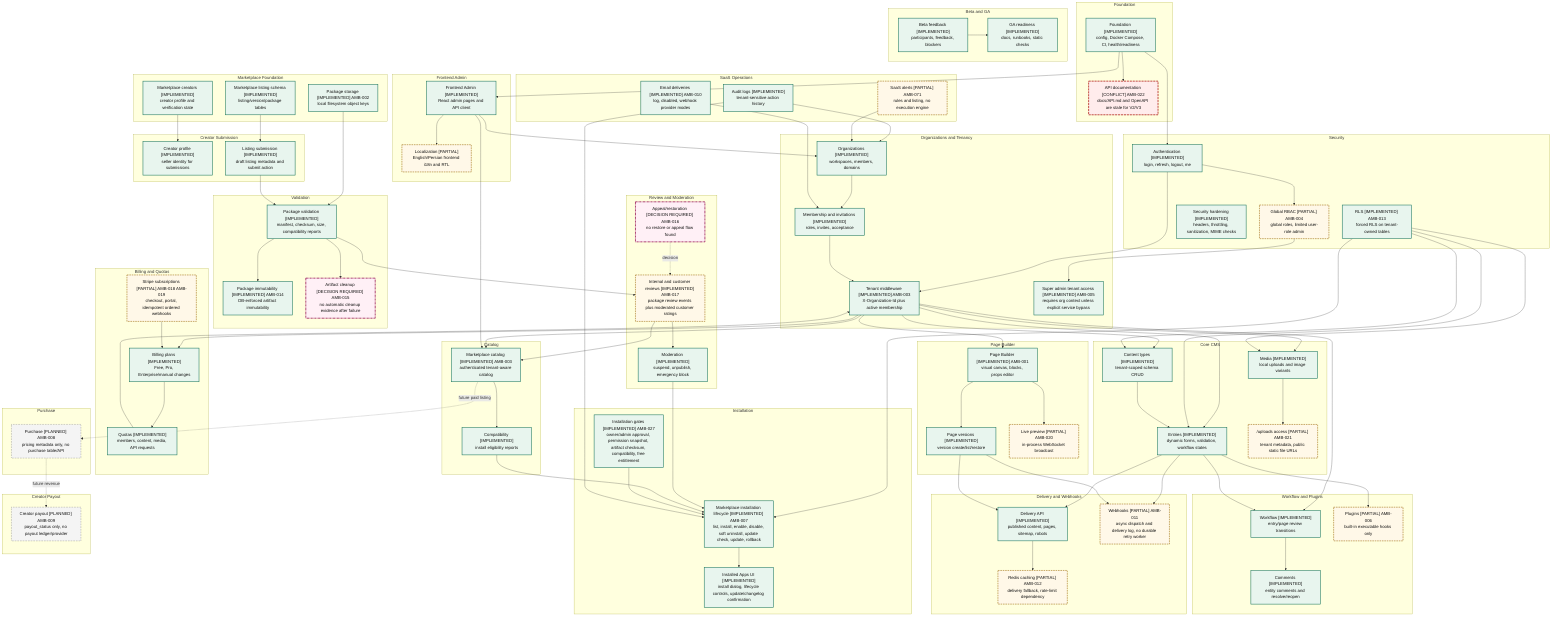
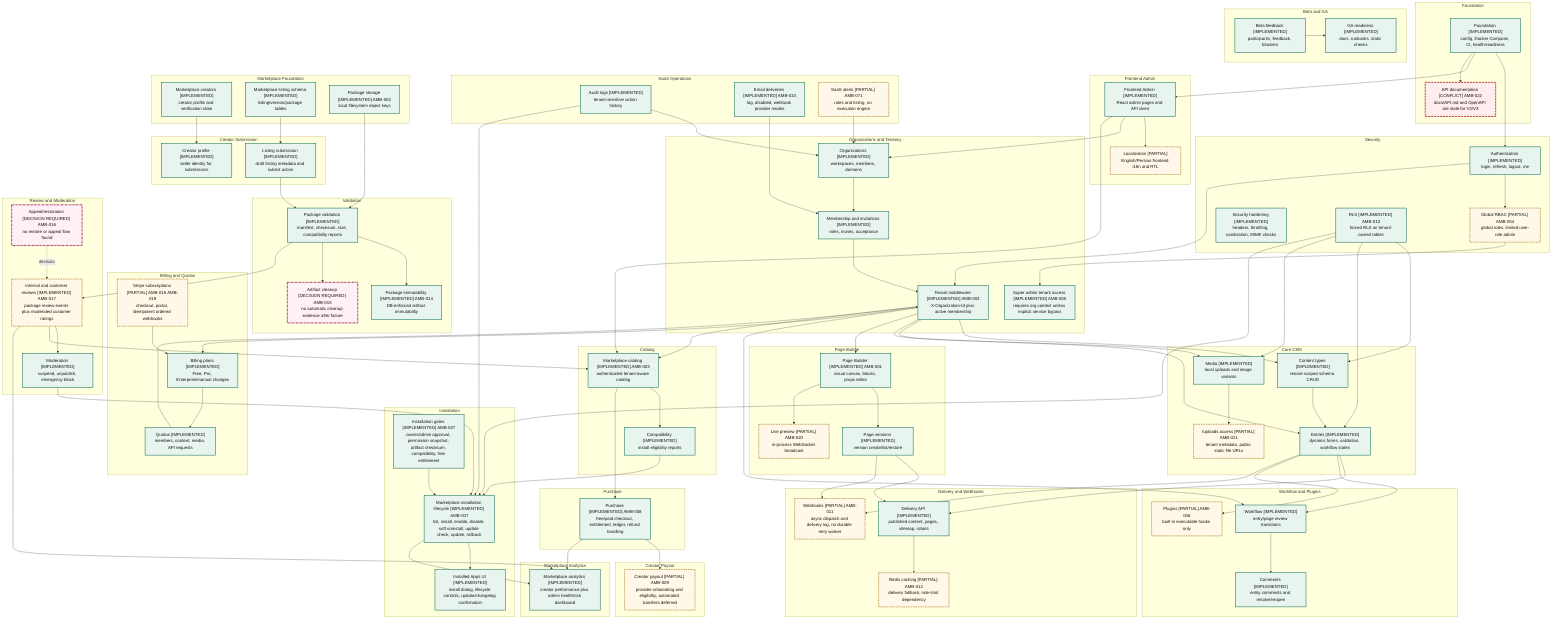
%% Evidence: docs/diagrams/REPOSITORY_INVENTORY.md
%% Evidence: docs/diagrams/ARCHITECTURE_AUDIT.md
%% Evidence: docs/diagrams/AMBIGUITIES.md
flowchart TD
  subgraph foundation_group["Foundation"]
    foundation["Foundation [IMPLEMENTED]<br/>config, Docker Compose, CI, health/readiness"]
    api_docs["API documentation [CONFLICT] AMB-022<br/>docs/API.md and OpenAPI are stale for V2/V3"]
  end

  subgraph core_cms_group["Core CMS"]
    content_types["Content types [IMPLEMENTED]<br/>tenant-scoped schema CRUD"]
    entries["Entries [IMPLEMENTED]<br/>dynamic forms, validation, workflow states"]
    media["Media [IMPLEMENTED]<br/>local uploads and image variants"]
    uploads_access["/uploads access [PARTIAL] AMB-021<br/>tenant metadata, public static file URLs"]
  end

  subgraph page_builder_group["Page Builder"]
    page_builder["Page Builder [IMPLEMENTED] AMB-001<br/>visual canvas, blocks, props editor"]
    page_versions["Page versions [IMPLEMENTED]<br/>version create/list/restore"]
    live_preview["Live preview [PARTIAL] AMB-020<br/>in-process WebSocket broadcast"]
  end

  subgraph delivery_webhooks_group["Delivery and Webhooks"]
    delivery_api["Delivery API [IMPLEMENTED]<br/>published content, pages, sitemap, robots"]
    redis_cache["Redis caching [PARTIAL] AMB-012<br/>delivery fallback, rate-limit dependency"]
    webhooks["Webhooks [PARTIAL] AMB-011<br/>async dispatch and delivery log, no durable retry worker"]
  end

  subgraph workflow_plugins_group["Workflow and Plugins"]
    workflow["Workflow [IMPLEMENTED]<br/>entry/page review transitions"]
    comments["Comments [IMPLEMENTED]<br/>entity comments and resolve/reopen"]
    plugins["Plugins [PARTIAL] AMB-006<br/>built-in executable hooks only"]
  end

  subgraph security_group["Security"]
    auth["Authentication [IMPLEMENTED]<br/>login, refresh, logout, me"]
    global_rbac["Global RBAC [PARTIAL] AMB-004<br/>global roles, limited user-role admin"]
    security_hardening["Security hardening [IMPLEMENTED]<br/>headers, throttling, sanitization, MIME checks"]
    rls["RLS [IMPLEMENTED] AMB-013<br/>forced RLS on tenant-owned tables"]
  end

  subgraph frontend_group["Frontend Admin"]
    frontend_admin["Frontend Admin [IMPLEMENTED]<br/>React admin pages and API client"]
    localization["Localization [PARTIAL]<br/>English/Persian frontend i18n and RTL"]
  end

  subgraph tenancy_group["Organizations and Tenancy"]
    organizations["Organizations [IMPLEMENTED]<br/>workspaces, members, domains"]
    memberships["Membership and invitations [IMPLEMENTED]<br/>roles, invites, acceptance"]
    tenant_middleware["Tenant middleware [IMPLEMENTED] AMB-003<br/>X-Organization-Id plus active membership"]
    super_admin["Super admin tenant access [IMPLEMENTED] AMB-005<br/>requires org context unless explicit service bypass"]
  end

  subgraph billing_group["Billing and Quotas"]
    billing_plans["Billing plans [IMPLEMENTED]<br/>Free, Pro, Enterprise/manual changes"]
    stripe_subscriptions["Stripe subscriptions [PARTIAL] AMB-018 AMB-019<br/>checkout, portal, idempotent ordered webhooks"]
    quotas["Quotas [IMPLEMENTED]<br/>members, content, media, API requests"]
  end

  subgraph saas_ops_group["SaaS Operations"]
    audit_logs["Audit logs [IMPLEMENTED]<br/>tenant-sensitive action history"]
    email_deliveries["Email deliveries [IMPLEMENTED] AMB-010<br/>log, disabled, webhook provider modes"]
    saas_alerts["SaaS alerts [PARTIAL] AMB-071<br/>rules and listing, no execution engine"]
  end

  subgraph beta_ga_group["Beta and GA"]
    beta_feedback["Beta feedback [IMPLEMENTED]<br/>participants, feedback, blockers"]
    ga_readiness["GA readiness [IMPLEMENTED]<br/>docs, runbooks, static checks"]
  end

  subgraph marketplace_foundation_group["Marketplace Foundation"]
    marketplace_creators["Marketplace creators [IMPLEMENTED]<br/>creator profile and verification state"]
    marketplace_listing_schema["Marketplace listing schema [IMPLEMENTED]<br/>listing/version/package tables"]
    marketplace_storage["Package storage [IMPLEMENTED] AMB-002<br/>local filesystem object keys"]
  end

  subgraph creator_submission_group["Creator Submission"]
    creator_profile["Creator profile [IMPLEMENTED]<br/>seller identity for submissions"]
    listing_submission["Listing submission [IMPLEMENTED]<br/>draft listing metadata and submit action"]
  end

  subgraph validation_group["Validation"]
    package_validation["Package validation [IMPLEMENTED]<br/>manifest, checksum, size, compatibility reports"]
    package_immutability["Package immutability [IMPLEMENTED] AMB-014<br/>DB-enforced artifact immutability"]
    artifact_cleanup["Artifact cleanup [DECISION REQUIRED] AMB-015<br/>no automatic cleanup evidence after failure"]
  end

  subgraph review_group["Review and Moderation"]
    internal_review["Internal and customer reviews [IMPLEMENTED] AMB-017<br/>package review events plus moderated customer ratings"]
    moderation["Moderation [IMPLEMENTED]<br/>suspend, unpublish, emergency block"]
    review_restoration["Appeal/restoration [DECISION REQUIRED] AMB-016<br/>no restore or appeal flow found"]
  end

  subgraph catalog_group["Catalog"]
    catalog["Marketplace catalog [IMPLEMENTED] AMB-003<br/>authenticated tenant-aware catalog"]
    compatibility["Compatibility [IMPLEMENTED]<br/>install eligibility reports"]
  end

  subgraph installation_group["Installation"]
    installation["Marketplace installation lifecycle [IMPLEMENTED] AMB-007<br/>list, install, enable, disable, soft uninstall, update check, update, rollback"]
    installation_gates["Installation gates [IMPLEMENTED] AMB-027<br/>owner/admin approval, permission snapshot, artifact checksum, compatibility, free entitlement"]
    installation_ui["Installed Apps UI [IMPLEMENTED]<br/>install dialog, lifecycle controls, update/changelog confirmation"]
  end

  subgraph purchase_group["Purchase"]
-     purchase["Purchase [PLANNED] AMB-008<br/>pricing metadata only, no purchase table/API"]
+     purchase["Purchase [IMPLEMENTED] AMB-008<br/>free/paid checkout, entitlement, ledger, refund handling"]
  end

  subgraph payout_group["Creator Payout"]
-     payout["Creator payout [PLANNED] AMB-009<br/>payout_status only, no payout ledger/provider"]
+     payout["Creator payout [PARTIAL] AMB-009<br/>provider onboarding and eligibility; automated transfers deferred"]
+   end
+ 
+   subgraph analytics_group["Marketplace Analytics"]
+     analytics["Marketplace analytics [IMPLEMENTED]<br/>creator performance plus admin health/risk dashboard"]
  end

  foundation --> auth
  foundation --> frontend_admin
  foundation --> api_docs
  auth --> global_rbac
  auth --> tenant_middleware
  organizations --> memberships
  memberships --> tenant_middleware
  global_rbac --> super_admin
  tenant_middleware --> content_types
  tenant_middleware --> entries
  tenant_middleware --> media
  tenant_middleware --> page_builder
  tenant_middleware --> workflow
  tenant_middleware --> billing_plans
  tenant_middleware --> catalog
  rls --> content_types
  rls --> entries
  rls --> media
  rls --> installation
  content_types --> entries
  media --> uploads_access
  page_builder --> page_versions
  page_builder --> live_preview
  entries --> delivery_api
  page_versions --> delivery_api
  delivery_api --> redis_cache
  entries --> workflow
  workflow --> comments
  entries --> plugins
  entries --> webhooks
  page_versions --> webhooks
  frontend_admin --> localization
  frontend_admin --> organizations
  frontend_admin --> catalog
  billing_plans --> quotas
  stripe_subscriptions --> billing_plans
  quotas --> tenant_middleware
  audit_logs --> organizations
  email_deliveries --> memberships
  saas_alerts --> organizations
  beta_feedback --> ga_readiness
  marketplace_creators --> creator_profile
  marketplace_listing_schema --> listing_submission
  marketplace_storage --> package_validation
  listing_submission --> package_validation
  package_validation --> package_immutability
  package_validation --> artifact_cleanup
  package_validation --> internal_review
  internal_review --> moderation
  moderation --> installation
  internal_review --> catalog
  review_restoration -. decision .-> internal_review
  catalog --> compatibility
  compatibility --> installation
  installation_gates --> installation
  installation --> installation_ui
  audit_logs --> installation
-   catalog -. future paid listing .-> purchase
-   purchase -. future revenue .-> payout
+   catalog --> purchase
+   purchase --> payout
+   purchase --> analytics
+   installation --> analytics
+   internal_review --> analytics

-   class foundation,content_types,entries,media,page_builder,page_versions,delivery_api,workflow,comments,auth,security_hardening,rls,frontend_admin,organizations,memberships,tenant_middleware,super_admin,billing_plans,quotas,audit_logs,email_deliveries,beta_feedback,ga_readiness,marketplace_creators,marketplace_listing_schema,marketplace_storage,creator_profile,listing_submission,package_validation,package_immutability,moderation,catalog,compatibility,installation,installation_gates,installation_ui implemented
-   class global_rbac,uploads_access,live_preview,redis_cache,webhooks,plugins,localization,stripe_subscriptions,saas_alerts,internal_review partial
-   class purchase,payout planned
+   class foundation,content_types,entries,media,page_builder,page_versions,delivery_api,workflow,comments,auth,security_hardening,rls,frontend_admin,organizations,memberships,tenant_middleware,super_admin,billing_plans,quotas,audit_logs,email_deliveries,beta_feedback,ga_readiness,marketplace_creators,marketplace_listing_schema,marketplace_storage,creator_profile,listing_submission,package_validation,package_immutability,moderation,catalog,compatibility,installation,installation_gates,installation_ui,purchase,analytics implemented
+   class global_rbac,uploads_access,live_preview,redis_cache,webhooks,plugins,localization,stripe_subscriptions,saas_alerts,internal_review,payout partial
  class api_docs conflict
  class artifact_cleanup,review_restoration decision
  classDef implemented fill:#e8f5ee,stroke:#17745b,stroke-width:2px,color:#111
  classDef partial fill:#fff8e8,stroke:#9a6500,stroke-width:2px,stroke-dasharray: 6 3,color:#111
  classDef planned fill:#f4f4f4,stroke:#666,stroke-width:2px,stroke-dasharray: 2 4,color:#111
  classDef conflict fill:#ffecec,stroke:#b3261e,stroke-width:3px,stroke-dasharray: 8 3,color:#111
  classDef decision fill:#fff0f6,stroke:#9b1b5a,stroke-width:3px,stroke-dasharray: 8 2 2 2,color:#111
